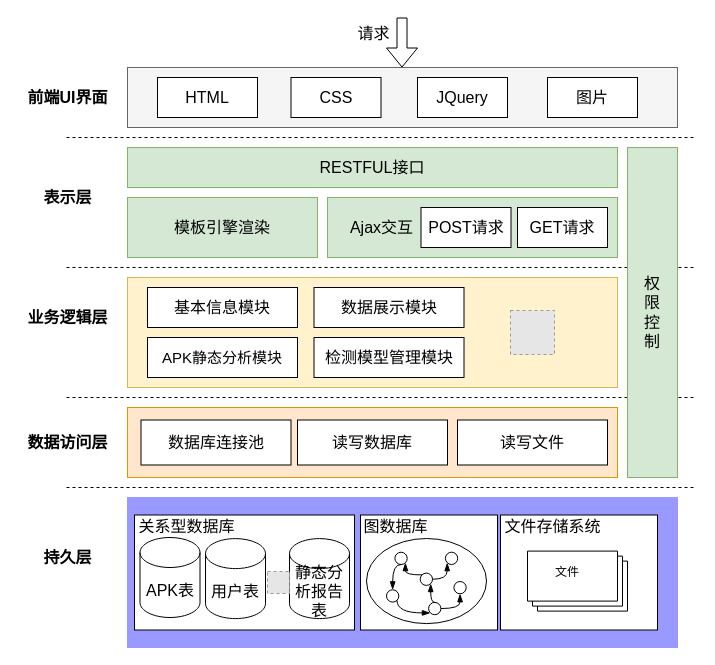
Above: 系统概要设计.drawio in sunray42/diagrams (draw.io), before the change. Source tidied: cells renumbered, new cells numbered last; positions are measured from the earlier drawing's top-left corner, leaving out a move shared by most shapes. Both pictures are drawn from the tidied source at 100%, with x=0, y=0 at pixel (17, 17). Pictures stored in the file or linked from it are replaced by grey dashed boxes.
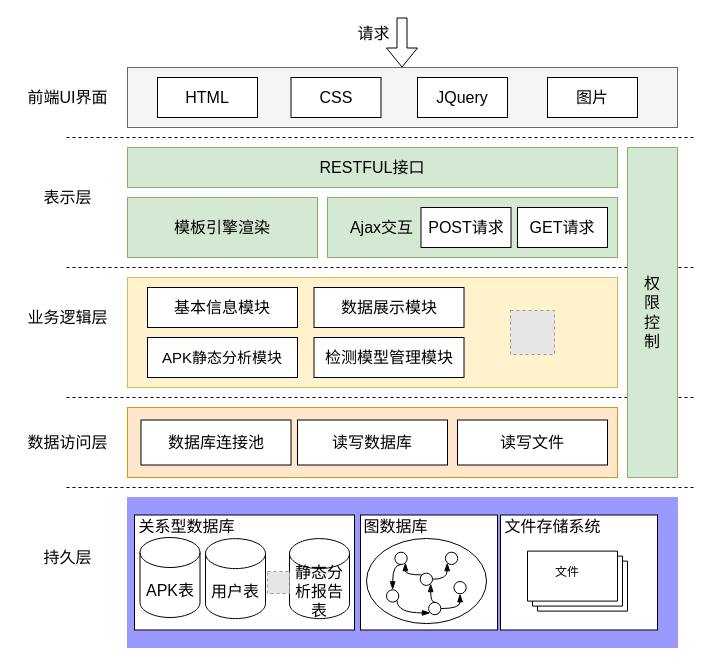
Above is the later version.

Commit message:
更新系统概要设计.drawio

Change to the diagram source:
```diff
@@
-    <mxCell id="34" value="&lt;font style=&quot;font-size: 16px&quot;&gt;&lt;b&gt;表示层&lt;/b&gt;&lt;/font&gt;" style="text;html=1;align=center;verticalAlign=middle;strokeColor=none;" parent="1" vertex="1">
-      <mxGeometry x="20" y="170" width="60" height="20" as="geometry" />
+    <mxCell id="34" value="&lt;font style=&quot;font-size: 16px&quot;&gt;表示层&lt;/font&gt;" style="text;html=1;align=center;verticalAlign=middle;strokeColor=none;" parent="1" vertex="1">
+      <mxGeometry x="15" y="165" width="70" height="30" as="geometry" />
     </mxCell>
-    <mxCell id="35" value="&lt;font style=&quot;font-size: 16px&quot;&gt;&lt;b&gt;前端UI界面&lt;/b&gt;&lt;/font&gt;" style="text;html=1;align=center;verticalAlign=middle;strokeColor=none;" parent="1" vertex="1">
-      <mxGeometry y="70" width="100" height="20" as="geometry" />
+    <mxCell id="35" value="&lt;font style=&quot;font-size: 16px&quot;&gt;前端UI界面&lt;/font&gt;" style="text;html=1;align=center;verticalAlign=middle;strokeColor=none;" parent="1" vertex="1">
+      <mxGeometry y="65" width="100" height="30" as="geometry" />
     </mxCell>
-    <mxCell id="36" value="&lt;font style=&quot;font-size: 16px&quot;&gt;&lt;b&gt;业务逻辑层&lt;/b&gt;&lt;/font&gt;" style="text;html=1;align=center;verticalAlign=middle;strokeColor=none;" parent="1" vertex="1">
-      <mxGeometry y="290" width="100" height="20" as="geometry" />
+    <mxCell id="36" value="&lt;font style=&quot;font-size: 16px&quot;&gt;业务逻辑层&lt;/font&gt;" style="text;html=1;align=center;verticalAlign=middle;strokeColor=none;" parent="1" vertex="1">
+      <mxGeometry y="285" width="100" height="30" as="geometry" />
     </mxCell>
-    <mxCell id="37" value="&lt;font style=&quot;font-size: 16px&quot;&gt;&lt;b&gt;数据访问层&lt;/b&gt;&lt;/font&gt;" style="text;html=1;align=center;verticalAlign=middle;strokeColor=none;" parent="1" vertex="1">
-      <mxGeometry y="415" width="100" height="20" as="geometry" />
+    <mxCell id="37" value="&lt;font style=&quot;font-size: 16px&quot;&gt;数据访问层&lt;/font&gt;" style="text;html=1;align=center;verticalAlign=middle;strokeColor=none;" parent="1" vertex="1">
+      <mxGeometry y="410" width="100" height="30" as="geometry" />
     </mxCell>
-    <mxCell id="38" value="&lt;font style=&quot;font-size: 16px&quot;&gt;&lt;b&gt;持久层&lt;/b&gt;&lt;/font&gt;" style="text;html=1;align=center;verticalAlign=middle;strokeColor=none;" parent="1" vertex="1">
-      <mxGeometry x="20" y="530" width="60" height="20" as="geometry" />
+    <mxCell id="38" value="&lt;font style=&quot;font-size: 16px&quot;&gt;持久层&lt;/font&gt;" style="text;html=1;align=center;verticalAlign=middle;strokeColor=none;" parent="1" vertex="1">
+      <mxGeometry x="15" y="525" width="70" height="30" as="geometry" />
     </mxCell>
```
